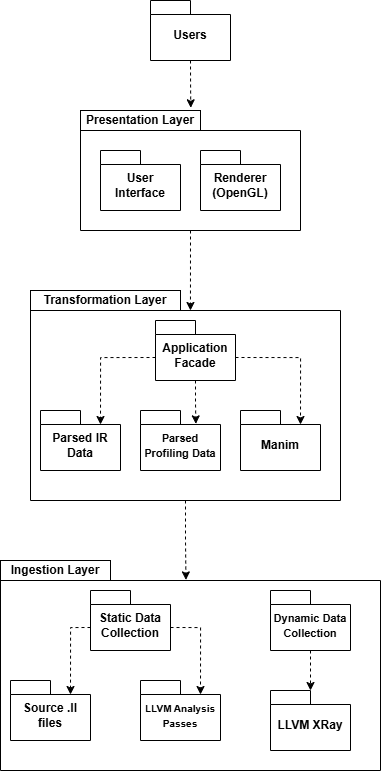
The draw.io diagram images/ModelDiagram.png in BenHoule/LLVManim-Paper, before a commit. Source tidied: cells renumbered, new cells last; positions are measured from the earlier drawing's top-left corner, leaving out a move shared by most shapes. The source it was exported from:
```xml
<mxGraphModel>
  <root>
    <mxCell id="0" />
    <mxCell id="1" parent="0" />
    <mxCell id="2" value="&lt;b&gt;Presentation Layer&lt;/b&gt;" style="rounded=0;whiteSpace=wrap;html=1;" parent="1" vertex="1">
      <mxGeometry x="80" y="110" width="120" height="20" as="geometry" />
    </mxCell>
    <mxCell id="3" style="edgeStyle=orthogonalEdgeStyle;rounded=0;jettySize=auto;html=1;exitX=0.5;exitY=1;exitDx=0;exitDy=0;dashed=1;entryX=0.516;entryY=0;entryDx=0;entryDy=0;entryPerimeter=0;" parent="1" edge="1" source="4" target="7">
      <mxGeometry relative="1" as="geometry" />
    </mxCell>
    <mxCell id="4" style="swimlane;startSize=0;" parent="1" vertex="1">
      <mxGeometry x="80" y="130" width="220" height="100" as="geometry" />
    </mxCell>
    <mxCell id="5" value="User Interface" style="shape=folder;fontStyle=1;spacingTop=10;tabWidth=40;tabHeight=14;tabPosition=left;html=1;whiteSpace=wrap;" parent="4" vertex="1">
      <mxGeometry x="20" y="20" width="80" height="60" as="geometry" />
    </mxCell>
    <mxCell id="6" value="Renderer&lt;div&gt;(OpenGL)&lt;/div&gt;" style="shape=folder;fontStyle=1;spacingTop=10;tabWidth=40;tabHeight=14;tabPosition=left;html=1;whiteSpace=wrap;" parent="4" vertex="1">
      <mxGeometry x="120" y="20" width="80" height="60" as="geometry" />
    </mxCell>
    <mxCell id="7" style="swimlane;startSize=0;" parent="1" vertex="1">
      <mxGeometry x="30" y="310" width="310" height="190" as="geometry" />
    </mxCell>
    <mxCell id="8" value="Manim" style="shape=folder;fontStyle=1;spacingTop=10;tabWidth=40;tabHeight=14;tabPosition=left;html=1;whiteSpace=wrap;" parent="7" vertex="1">
      <mxGeometry x="210" y="100" width="80" height="60" as="geometry" />
    </mxCell>
    <mxCell id="9" value="&lt;b&gt;Transformation Layer&lt;/b&gt;" style="rounded=0;whiteSpace=wrap;html=1;" parent="7" vertex="1">
      <mxGeometry y="-20" width="150" height="20" as="geometry" />
    </mxCell>
    <mxCell id="10" value="Application Facade" style="shape=folder;fontStyle=1;spacingTop=10;tabWidth=40;tabHeight=14;tabPosition=left;html=1;whiteSpace=wrap;" parent="7" vertex="1">
      <mxGeometry x="125" y="10" width="80" height="60" as="geometry" />
    </mxCell>
    <mxCell id="11" style="edgeStyle=orthogonalEdgeStyle;rounded=0;jettySize=auto;html=1;exitX=0;exitY=0;exitDx=80;exitDy=37;exitPerimeter=0;entryX=0;entryY=0;entryDx=60;entryDy=14;entryPerimeter=0;dashed=1;" parent="7" edge="1" source="10" target="8">
      <mxGeometry relative="1" as="geometry" />
    </mxCell>
    <mxCell id="12" value="Parsed IR Data" style="shape=folder;fontStyle=1;spacingTop=10;tabWidth=40;tabHeight=14;tabPosition=left;html=1;whiteSpace=wrap;" parent="7" vertex="1">
      <mxGeometry x="10" y="100" width="80" height="60" as="geometry" />
    </mxCell>
    <mxCell id="13" style="edgeStyle=orthogonalEdgeStyle;rounded=0;jettySize=auto;html=1;exitX=0;exitY=0;exitDx=0;exitDy=37;exitPerimeter=0;entryX=0;entryY=0;entryDx=60;entryDy=14;entryPerimeter=0;dashed=1;" parent="7" edge="1" source="10" target="12">
      <mxGeometry relative="1" as="geometry" />
    </mxCell>
    <mxCell id="14" value="&lt;font style=&quot;font-size: 11px;&quot;&gt;Parsed Profiling Data&lt;/font&gt;" style="shape=folder;fontStyle=1;spacingTop=10;tabWidth=40;tabHeight=14;tabPosition=left;html=1;whiteSpace=wrap;" parent="7" vertex="1">
      <mxGeometry x="110" y="100" width="80" height="60" as="geometry" />
    </mxCell>
    <mxCell id="15" style="edgeStyle=orthogonalEdgeStyle;rounded=0;jettySize=auto;html=1;exitX=0.5;exitY=1;exitDx=0;exitDy=0;exitPerimeter=0;dashed=1;entryX=0.692;entryY=0.223;entryDx=0;entryDy=0;entryPerimeter=0;" parent="7" edge="1" source="10" target="14">
      <mxGeometry relative="1" as="geometry" />
    </mxCell>
    <mxCell id="16" value="Users" style="shape=folder;fontStyle=1;spacingTop=10;tabWidth=40;tabHeight=14;tabPosition=left;html=1;whiteSpace=wrap;" parent="1" vertex="1">
      <mxGeometry x="150" width="80" height="60" as="geometry" />
    </mxCell>
    <mxCell id="17" style="edgeStyle=orthogonalEdgeStyle;rounded=0;jettySize=auto;html=1;exitX=0.5;exitY=1;exitDx=0;exitDy=0;exitPerimeter=0;entryX=0.919;entryY=-0.135;entryDx=0;entryDy=0;entryPerimeter=0;dashed=1;" parent="1" edge="1" source="16" target="2">
      <mxGeometry relative="1" as="geometry" />
    </mxCell>
    <mxCell id="18" style="edgeStyle=orthogonalEdgeStyle;rounded=0;jettySize=auto;html=1;dashed=1;entryX=0.488;entryY=-0.003;entryDx=0;entryDy=0;entryPerimeter=0;" parent="1" edge="1" source="7" target="19">
      <mxGeometry relative="1" as="geometry" />
    </mxCell>
    <mxCell id="19" style="swimlane;startSize=0;" parent="1" vertex="1">
      <mxGeometry y="580" width="380" height="190" as="geometry" />
    </mxCell>
    <mxCell id="20" value="&lt;font style=&quot;font-size: 10px;&quot;&gt;LLVM Analysis Passes&lt;/font&gt;" style="shape=folder;fontStyle=1;spacingTop=10;tabWidth=40;tabHeight=14;tabPosition=left;html=1;whiteSpace=wrap;" parent="19" vertex="1">
      <mxGeometry x="140" y="100" width="80" height="60" as="geometry" />
    </mxCell>
    <mxCell id="21" value="&lt;b&gt;Ingestion Layer&lt;/b&gt;" style="rounded=0;whiteSpace=wrap;html=1;" parent="19" vertex="1">
      <mxGeometry y="-20" width="110" height="20" as="geometry" />
    </mxCell>
    <mxCell id="22" value="Static Data Collection" style="shape=folder;fontStyle=1;spacingTop=10;tabWidth=40;tabHeight=14;tabPosition=left;html=1;whiteSpace=wrap;" parent="19" vertex="1">
      <mxGeometry x="90" y="10" width="80" height="60" as="geometry" />
    </mxCell>
    <mxCell id="23" style="edgeStyle=orthogonalEdgeStyle;rounded=0;jettySize=auto;html=1;exitX=0;exitY=0;exitDx=80;exitDy=37;exitPerimeter=0;entryX=0;entryY=0;entryDx=60;entryDy=14;entryPerimeter=0;dashed=1;" parent="19" edge="1" source="22" target="20">
      <mxGeometry relative="1" as="geometry" />
    </mxCell>
    <mxCell id="24" value="Source .ll files" style="shape=folder;fontStyle=1;spacingTop=10;tabWidth=40;tabHeight=14;tabPosition=left;html=1;whiteSpace=wrap;" parent="19" vertex="1">
      <mxGeometry x="10" y="100" width="80" height="60" as="geometry" />
    </mxCell>
    <mxCell id="25" style="edgeStyle=orthogonalEdgeStyle;rounded=0;jettySize=auto;html=1;exitX=0;exitY=0;exitDx=0;exitDy=37;exitPerimeter=0;entryX=0;entryY=0;entryDx=60;entryDy=14;entryPerimeter=0;dashed=1;" parent="19" edge="1" source="22" target="24">
      <mxGeometry relative="1" as="geometry" />
    </mxCell>
    <mxCell id="26" style="edgeStyle=orthogonalEdgeStyle;rounded=0;jettySize=auto;html=1;exitX=0.5;exitY=1;exitDx=0;exitDy=0;exitPerimeter=0;entryX=0;entryY=0;entryDx=40;entryDy=0;entryPerimeter=0;dashed=1;" parent="19" edge="1" source="27" target="28">
      <mxGeometry relative="1" as="geometry" />
    </mxCell>
    <mxCell id="27" value="&lt;font style=&quot;font-size: 11px;&quot;&gt;Dynamic Data Collection&lt;/font&gt;" style="shape=folder;fontStyle=1;spacingTop=10;tabWidth=40;tabHeight=14;tabPosition=left;html=1;whiteSpace=wrap;" parent="19" vertex="1">
      <mxGeometry x="270" y="10" width="80" height="60" as="geometry" />
    </mxCell>
    <mxCell id="28" value="&lt;font&gt;LLVM XRay&lt;/font&gt;" style="shape=folder;fontStyle=1;spacingTop=10;tabWidth=40;tabHeight=14;tabPosition=left;html=1;whiteSpace=wrap;" parent="19" vertex="1">
      <mxGeometry x="270" y="110" width="80" height="60" as="geometry" />
    </mxCell>
  </root>
</mxGraphModel>
```
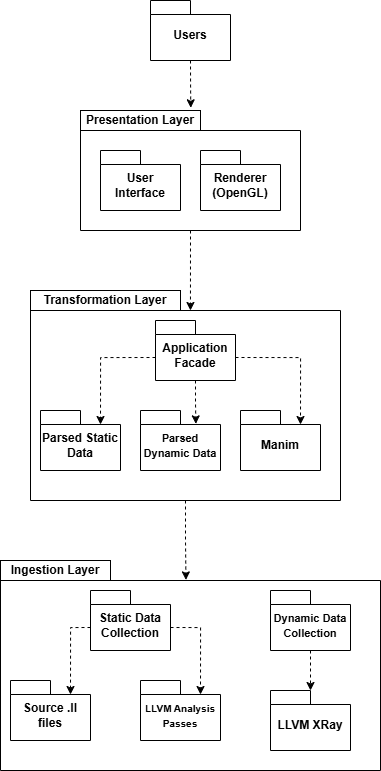
The same diagram one commit later.

Commit message:
Updated diagram and made architecture submission milestone bookmark.

The edit, as a diff of the source:
```diff
@@ -32,13 +32,13 @@
     <mxCell id="11" style="edgeStyle=orthogonalEdgeStyle;rounded=0;jettySize=auto;html=1;exitX=0;exitY=0;exitDx=80;exitDy=37;exitPerimeter=0;entryX=0;entryY=0;entryDx=60;entryDy=14;entryPerimeter=0;dashed=1;" parent="7" edge="1" source="10" target="8">
       <mxGeometry relative="1" as="geometry" />
     </mxCell>
-    <mxCell id="12" value="Parsed IR Data" style="shape=folder;fontStyle=1;spacingTop=10;tabWidth=40;tabHeight=14;tabPosition=left;html=1;whiteSpace=wrap;" parent="7" vertex="1">
+    <mxCell id="12" value="Parsed Static Data" style="shape=folder;fontStyle=1;spacingTop=10;tabWidth=40;tabHeight=14;tabPosition=left;html=1;whiteSpace=wrap;" parent="7" vertex="1">
       <mxGeometry x="10" y="100" width="80" height="60" as="geometry" />
     </mxCell>
     <mxCell id="13" style="edgeStyle=orthogonalEdgeStyle;rounded=0;jettySize=auto;html=1;exitX=0;exitY=0;exitDx=0;exitDy=37;exitPerimeter=0;entryX=0;entryY=0;entryDx=60;entryDy=14;entryPerimeter=0;dashed=1;" parent="7" edge="1" source="10" target="12">
       <mxGeometry relative="1" as="geometry" />
     </mxCell>
-    <mxCell id="14" value="&lt;font style=&quot;font-size: 11px;&quot;&gt;Parsed Profiling Data&lt;/font&gt;" style="shape=folder;fontStyle=1;spacingTop=10;tabWidth=40;tabHeight=14;tabPosition=left;html=1;whiteSpace=wrap;" parent="7" vertex="1">
+    <mxCell id="14" value="&lt;font style=&quot;font-size: 11px;&quot;&gt;Parsed Dynamic Data&lt;/font&gt;" style="shape=folder;fontStyle=1;spacingTop=10;tabWidth=40;tabHeight=14;tabPosition=left;html=1;whiteSpace=wrap;" parent="7" vertex="1">
       <mxGeometry x="110" y="100" width="80" height="60" as="geometry" />
     </mxCell>
     <mxCell id="15" style="edgeStyle=orthogonalEdgeStyle;rounded=0;jettySize=auto;html=1;exitX=0.5;exitY=1;exitDx=0;exitDy=0;exitPerimeter=0;dashed=1;entryX=0.692;entryY=0.223;entryDx=0;entryDy=0;entryPerimeter=0;" parent="7" edge="1" source="10" target="14">
```
